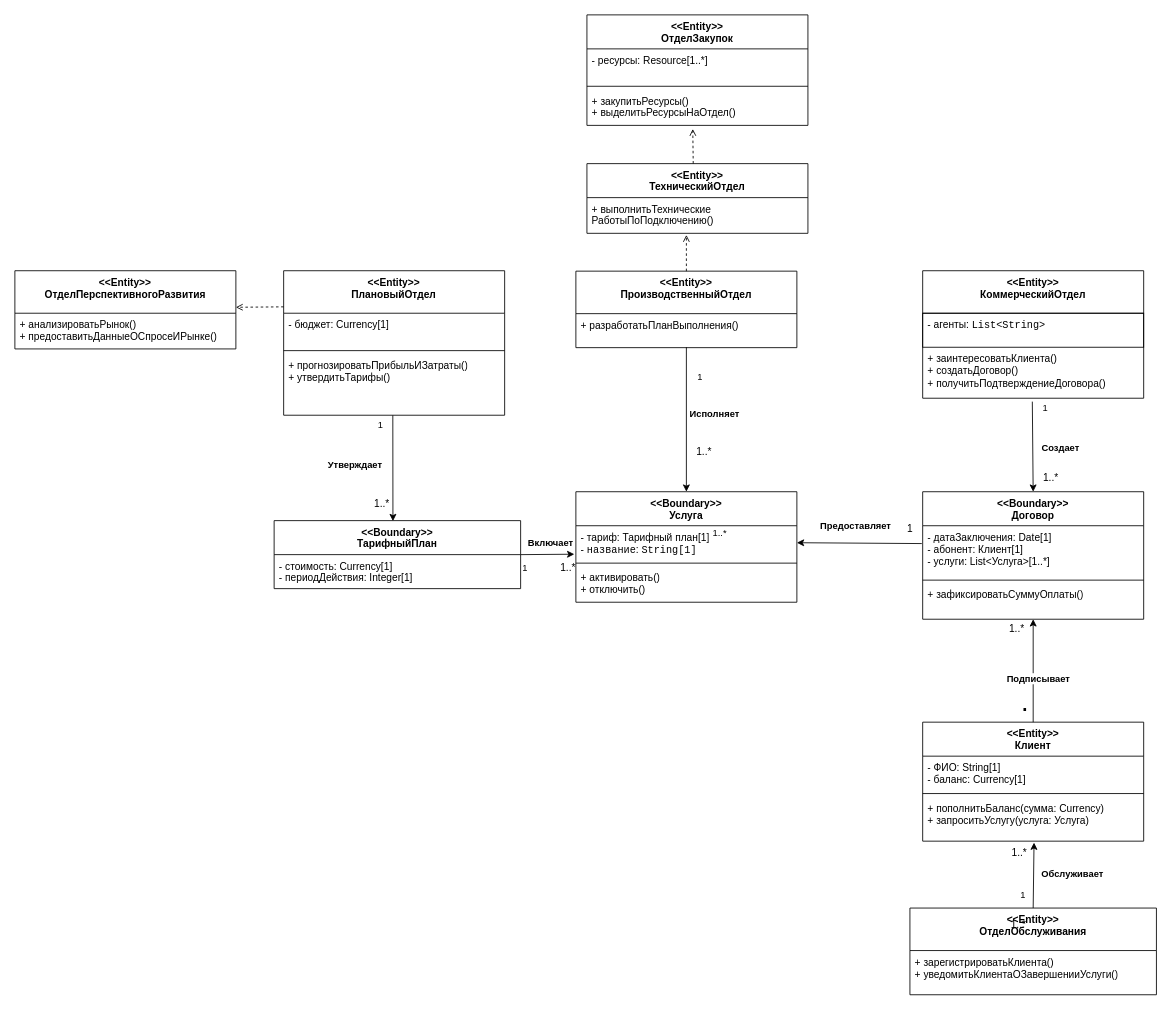
The draw.io diagram tpiws3.drawio in Alexander-Bankov/draw, before the edit. Source tidied: cells renumbered, new cells numbered last; positions are measured from the earlier drawing's top-left corner, leaving out a move shared by most shapes. Both pictures are drawn from the tidied source at 85%, with x=0, y=0 at pixel (14, 14).
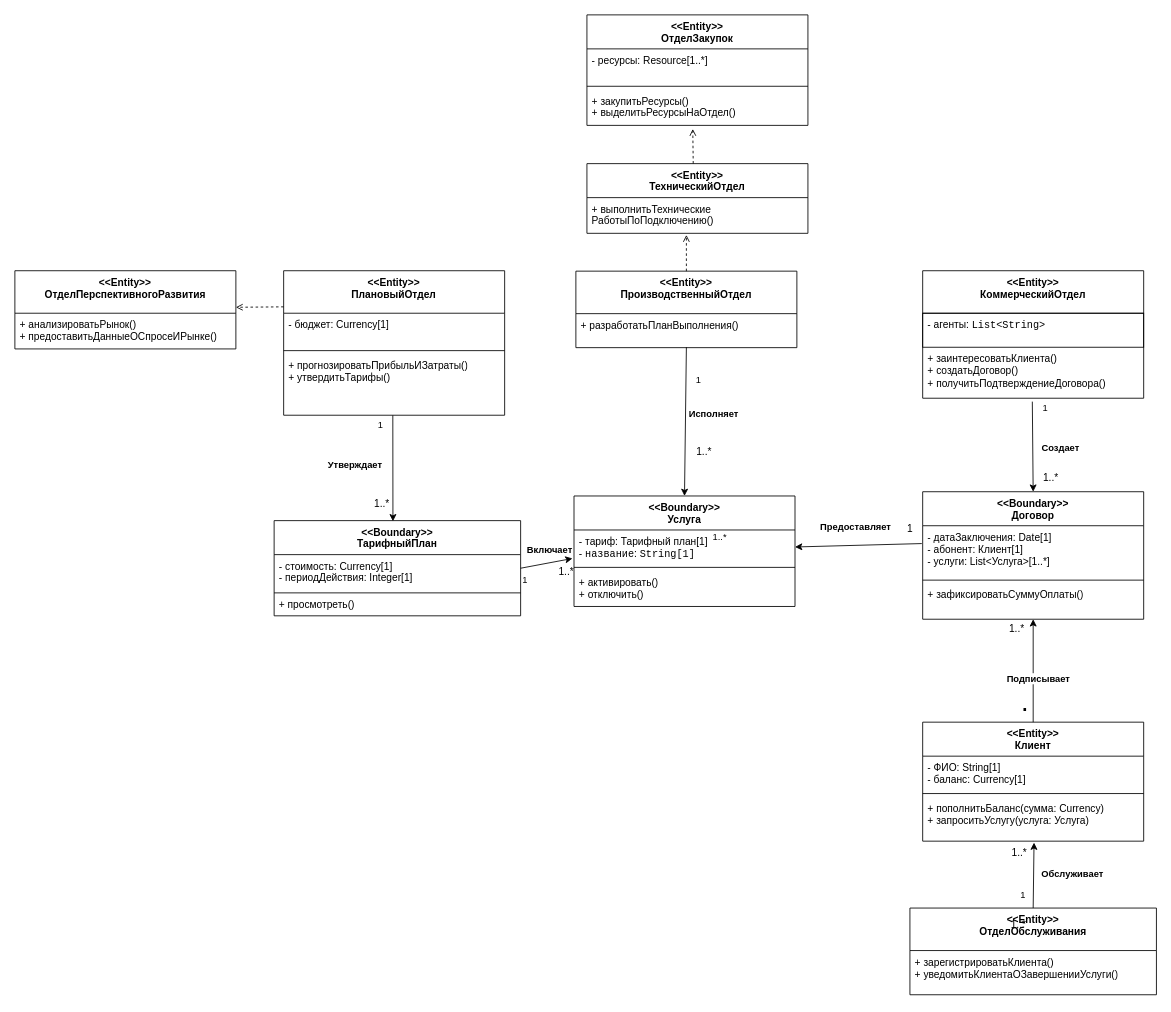
The same page after the edit.

The edit, as a diff of the source:
```diff
@@
     <mxCell id="29" value="&lt;div&gt;&amp;lt;&amp;lt;Boundary&amp;gt;&amp;gt;&lt;/div&gt;&lt;div&gt;Услуга&lt;/div&gt;" style="swimlane;fontStyle=1;align=center;verticalAlign=top;horizontal=1;startSize=40;whiteSpace=wrap;html=1;" parent="1" vertex="1">
-      <mxGeometry x="660" y="561" width="260" height="130" as="geometry" />
+      <mxGeometry x="657.8" y="566" width="260" height="130" as="geometry" />
     </mxCell>
@@
     <mxCell id="36" value="&lt;div&gt;&amp;lt;&amp;lt;Boundary&amp;gt;&amp;gt;&lt;/div&gt;&lt;div&gt;ТарифныйПлан&lt;/div&gt;" style="swimlane;fontStyle=1;align=center;verticalAlign=top;horizontal=1;startSize=40;whiteSpace=wrap;html=1;" parent="1" vertex="1">
-      <mxGeometry x="305" y="595" width="290" height="80" as="geometry" />
+      <mxGeometry x="305" y="595" width="290" height="112" as="geometry" />
     </mxCell>
     <mxCell id="37" value="&lt;div&gt;&lt;span style=&quot;background-color: initial;&quot;&gt;- стоимость: Currency[1]&lt;/span&gt;&lt;br&gt;&lt;/div&gt;&lt;div&gt;- периодДействия: Integer[1]&lt;br&gt;&lt;/div&gt;" style="text;strokeColor=none;fillColor=none;align=left;verticalAlign=top;spacingLeft=4;spacingRight=4;overflow=hidden;points=[[0,0.5],[1,0.5]];portConstraint=eastwest;whiteSpace=wrap;html=1;" parent="36" vertex="1">
-      <mxGeometry y="40" width="290" height="40" as="geometry" />
+      <mxGeometry y="40" width="290" height="45" as="geometry" />
     </mxCell>
+    <mxCell id="80" style="endArrow=none;html=1;rounded=0;entryX=1;entryY=1;entryDx=0;entryDy=0;entryPerimeter=0;" parent="36" edge="1" target="37">
+      <mxGeometry relative="1" as="geometry">
+        <mxPoint y="85" as="sourcePoint" />
+      </mxGeometry>
+    </mxCell>
+    <mxCell id="81" value="+ просмотреть()" style="text;strokeColor=none;fillColor=none;align=left;verticalAlign=top;spacingLeft=4;spacingRight=4;overflow=hidden;whiteSpace=wrap;html=1;" parent="36" vertex="1">
+      <mxGeometry y="85" width="290" height="27" as="geometry" />
+    </mxCell>
```
